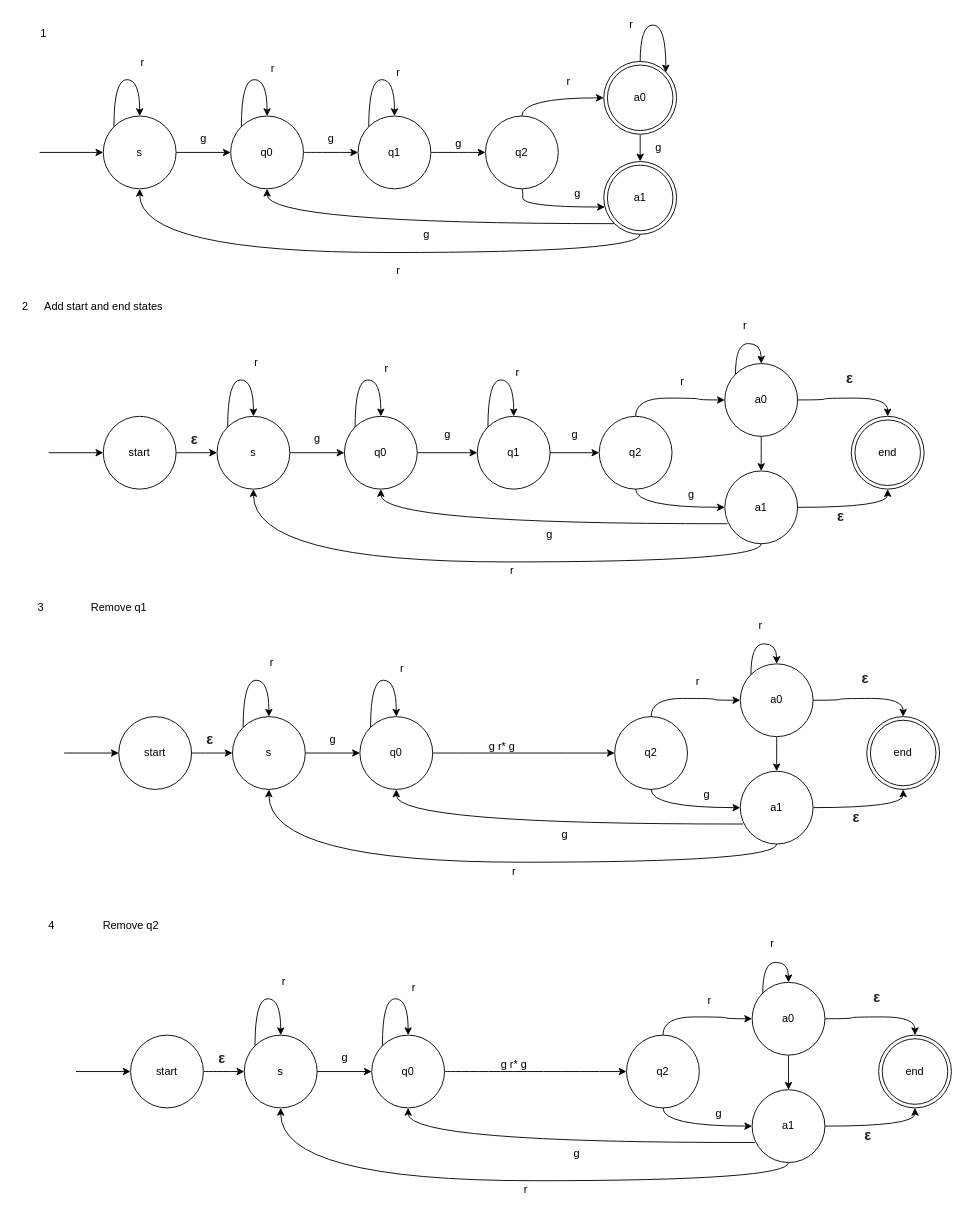
The draw.io diagram 1c.drawio in jamesearls/CSC-2047, before the edit. Source tidied: cells renumbered, new cells numbered last; positions are measured from the earlier drawing's top-left corner, leaving out a move shared by most shapes. Both pictures are drawn from the tidied source at 91%, with x=0, y=0 at pixel (15, 15).
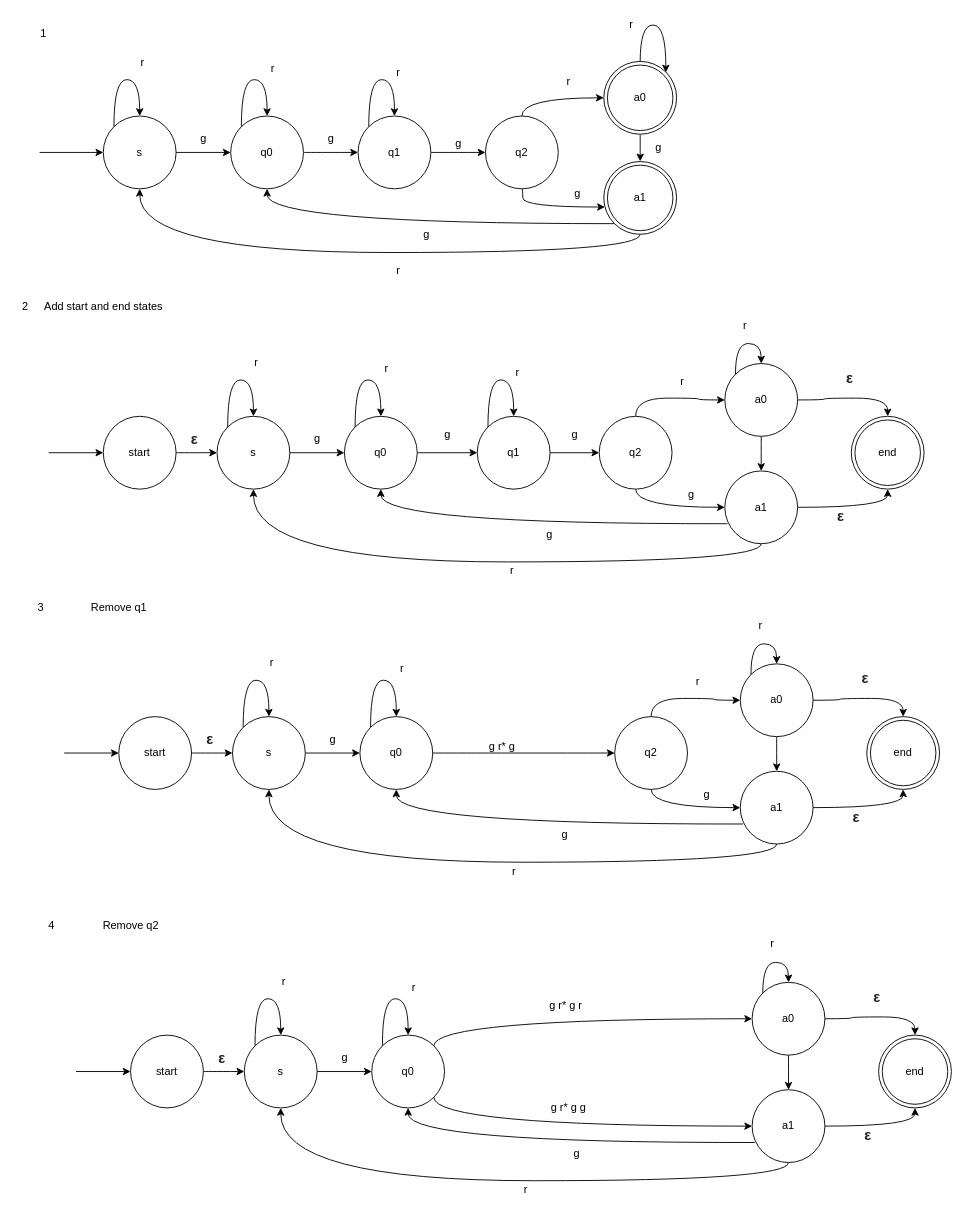
Above is the later version.

Unchanged cells that the change refers to:
```xml
<mxCell id="113" value="q0" style="ellipse;whiteSpace=wrap;html=1;" parent="1" vertex="1">
  <mxGeometry x="391" y="1120" width="80" height="80" as="geometry" />
</mxCell>
<mxCell id="138" value="a0" style="ellipse;whiteSpace=wrap;html=1;" parent="1" vertex="1">
  <mxGeometry x="809" y="1062" width="80" height="80" as="geometry" />
</mxCell>
<mxCell id="141" value="a1" style="ellipse;whiteSpace=wrap;html=1;" parent="1" vertex="1">
  <mxGeometry x="809" y="1180" width="80" height="80" as="geometry" />
</mxCell>
```

What changed in the source:
```diff
@@
-    <mxCell id="112" style="edgeStyle=orthogonalEdgeStyle;curved=1;rounded=0;jettySize=auto;html=1;exitX=1;exitY=0.5;exitDx=0;exitDy=0;entryX=0;entryY=0.5;entryDx=0;entryDy=0;" parent="1" edge="1" source="113" target="116">
-      <mxGeometry relative="1" as="geometry" />
-    </mxCell>
+    <mxCell id="144" style="edgeStyle=orthogonalEdgeStyle;curved=1;rounded=0;jettySize=auto;html=1;exitX=1;exitY=0;exitDx=0;exitDy=0;entryX=0;entryY=0.5;entryDx=0;entryDy=0;" parent="1" edge="1" source="113" target="138">
+      <mxGeometry relative="1" as="geometry">
+        <Array as="points">
+          <mxPoint x="459" y="1102" />
+        </Array>
+      </mxGeometry>
+    </mxCell>
+    <mxCell id="145" style="edgeStyle=orthogonalEdgeStyle;curved=1;rounded=0;jettySize=auto;html=1;exitX=1;exitY=1;exitDx=0;exitDy=0;" parent="1" edge="1" source="113" target="141">
+      <mxGeometry relative="1" as="geometry">
+        <Array as="points">
+          <mxPoint x="459" y="1220" />
+        </Array>
+      </mxGeometry>
+    </mxCell>
@@
-    <mxCell id="114" style="edgeStyle=orthogonalEdgeStyle;rounded=0;jettySize=auto;html=1;exitX=0.5;exitY=0;exitDx=0;exitDy=0;curved=1;" parent="1" edge="1" source="116" target="138">
-      <mxGeometry relative="1" as="geometry" />
-    </mxCell>
-    <mxCell id="115" style="edgeStyle=orthogonalEdgeStyle;curved=1;rounded=0;jettySize=auto;html=1;exitX=0.5;exitY=1;exitDx=0;exitDy=0;entryX=0;entryY=0.5;entryDx=0;entryDy=0;" parent="1" edge="1" source="116" target="141">
-      <mxGeometry relative="1" as="geometry" />
-    </mxCell>
-    <mxCell id="116" value="q2" style="ellipse;whiteSpace=wrap;html=1;" parent="1" vertex="1">
-      <mxGeometry x="671" y="1120" width="80" height="80" as="geometry" />
-    </mxCell>
@@
-    <mxCell id="122" value="r" style="text;html=1;align=center;verticalAlign=middle;" parent="1" vertex="1">
-      <mxGeometry x="752" y="1072" width="20" height="20" as="geometry" />
-    </mxCell>
@@
-    <mxCell id="125" value="g" style="text;html=1;align=center;verticalAlign=middle;" parent="1" vertex="1">
-      <mxGeometry x="762" y="1196" width="20" height="20" as="geometry" />
-    </mxCell>
@@
-    <mxCell id="143" value="g r* g" style="text;html=1;align=center;verticalAlign=middle;" parent="1" vertex="1">
-      <mxGeometry x="527" y="1143" width="40" height="20" as="geometry" />
+    <mxCell id="143" value="g r* g r" style="text;html=1;align=center;verticalAlign=middle;" parent="1" vertex="1">
+      <mxGeometry x="579" y="1078" width="50" height="20" as="geometry" />
     </mxCell>
+    <mxCell id="146" value="g r* g g" style="text;html=1;align=center;verticalAlign=middle;" parent="1" vertex="1">
+      <mxGeometry x="582" y="1190" width="50" height="20" as="geometry" />
+    </mxCell>
```
